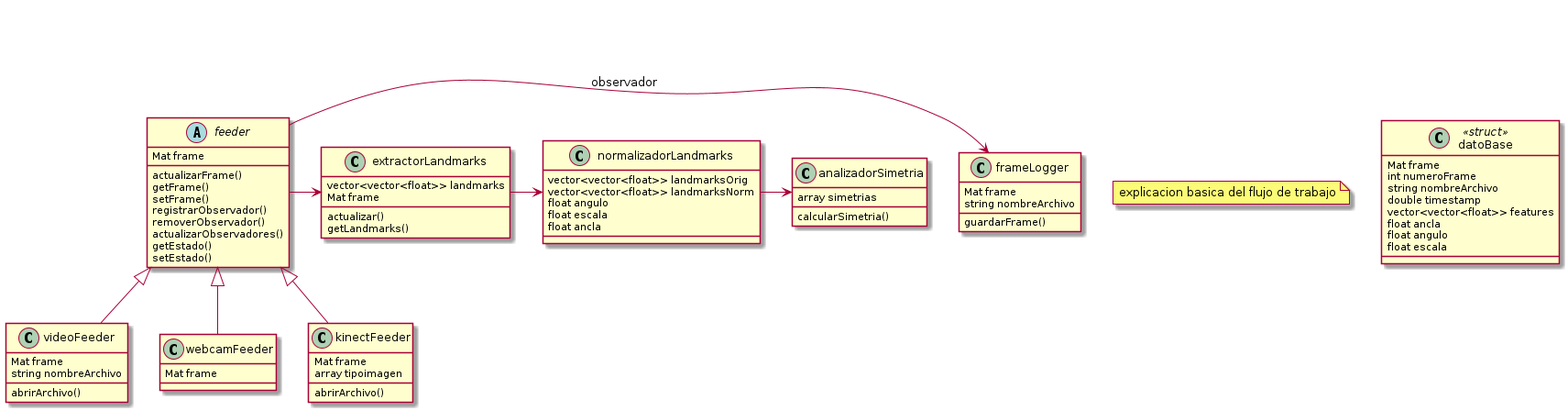
Before: Diagrama/proyectoVision.png, a diagram exported from PlantUML (agustinavila/ProyectoVision). Source of this version:
```plantuml
@startuml proyectoVision
note "explicacion basica del flujo de trabajo" as N1

abstract class feeder{
	Mat frame
	actualizarFrame()
	getFrame()
	setFrame()
	registrarObservador()
	removerObservador()
	actualizarObservadores()
	getEstado()
	setEstado()
}

class frameLogger{
	Mat frame
	string nombreArchivo
	guardarFrame()
}
feeder -> frameLogger: observador

class videoFeeder{
	Mat frame
	string nombreArchivo
	abrirArchivo()
}
feeder<|--videoFeeder

class webcamFeeder{
	Mat frame
}
feeder<|--webcamFeeder

class kinectFeeder{
	Mat frame
	array tipoimagen
	abrirArchivo()
}
feeder<|--kinectFeeder

feeder->extractorLandmarks

class extractorLandmarks{

	vector<vector<float>> landmarks
	Mat frame
	actualizar()
	getLandmarks()
}

extractorLandmarks->normalizadorLandmarks
class normalizadorLandmarks{
	vector<vector<float>> landmarksOrig
	vector<vector<float>> landmarksNorm
	float angulo
	float escala
	float ancla
}

class analizadorSimetria{
array simetrias
calcularSimetria()
}
normalizadorLandmarks -> analizadorSimetria
class datoBase <<struct>>{

	Mat frame
	int numeroFrame
	string nombreArchivo
	double timestamp
	vector<vector<float>> features
	float ancla
	float angulo
	float escala
}



@enduml
```
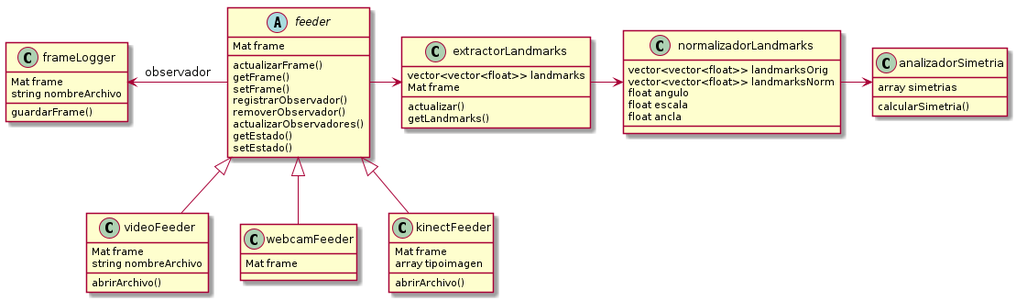
After the change.

What changed in the source:
```diff
@@ -1,5 +1,4 @@
 @startuml proyectoVision
-note "explicacion basica del flujo de trabajo" as N1
 
 abstract class feeder{
 	Mat frame
@@ -18,7 +17,7 @@
 	string nombreArchivo
 	guardarFrame()
 }
-feeder -> frameLogger: observador
+frameLogger<- feeder: observador
 
 class videoFeeder{
 	Mat frame
@@ -63,18 +62,4 @@
 calcularSimetria()
 }
 normalizadorLandmarks -> analizadorSimetria
-class datoBase <<struct>>{
-
-	Mat frame
-	int numeroFrame
-	string nombreArchivo
-	double timestamp
-	vector<vector<float>> features
-	float ancla
-	float angulo
-	float escala
-}
-
-
-
 @enduml
```
